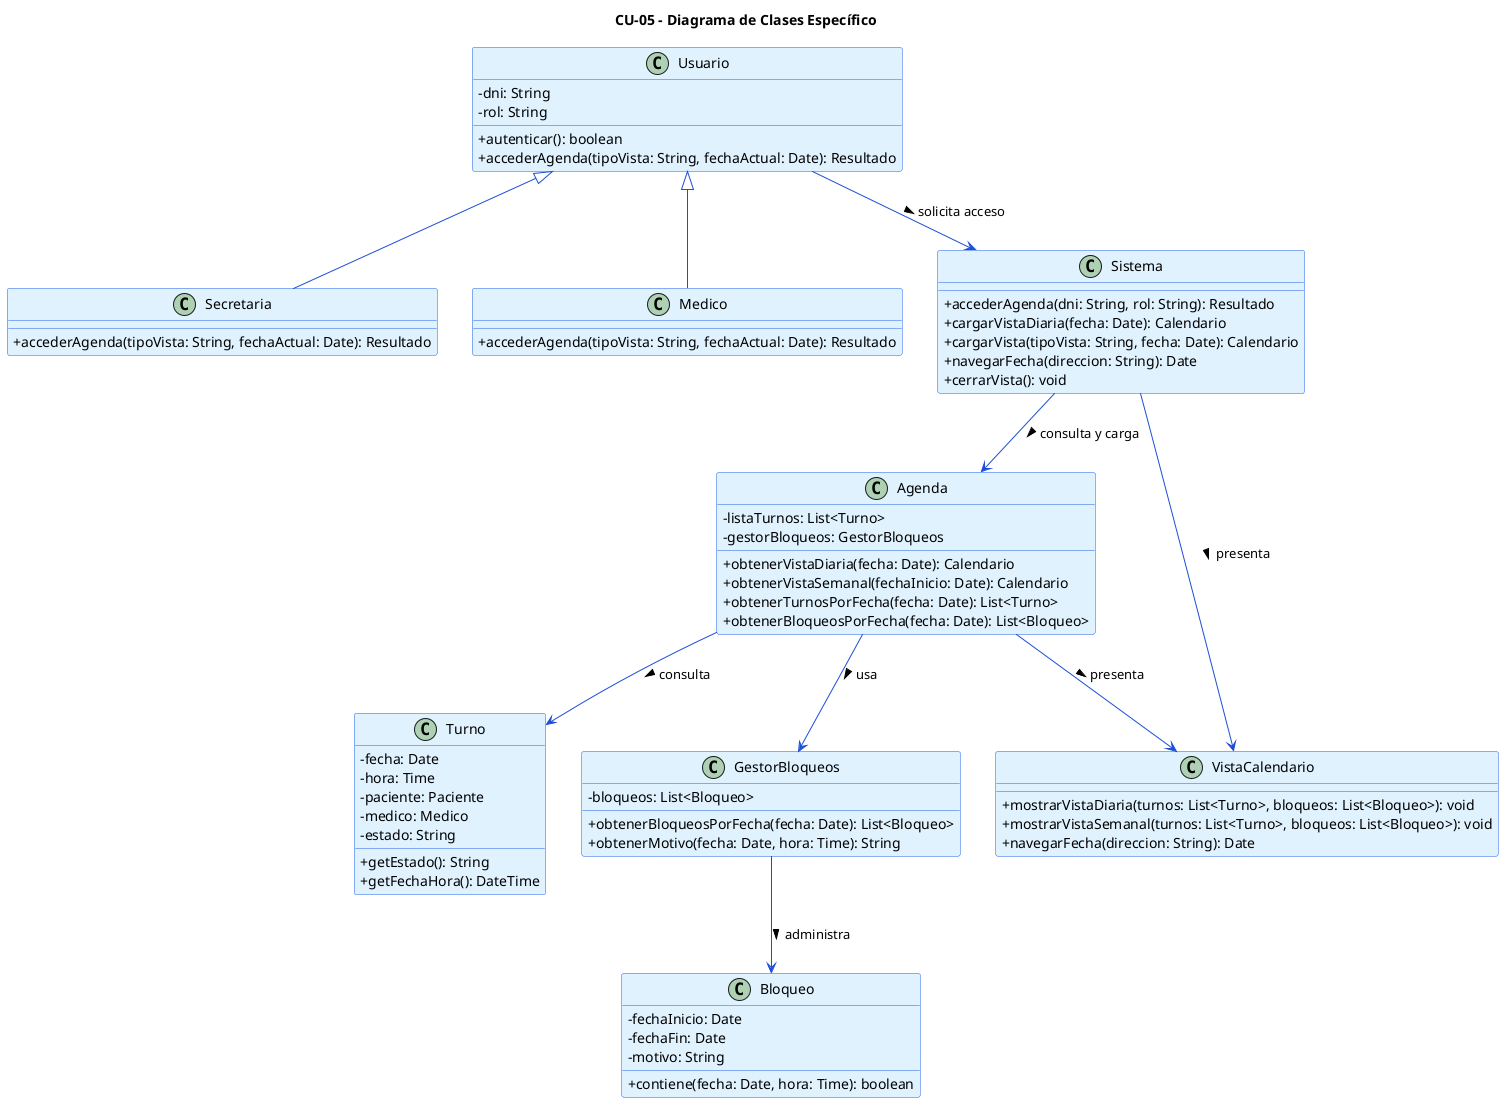
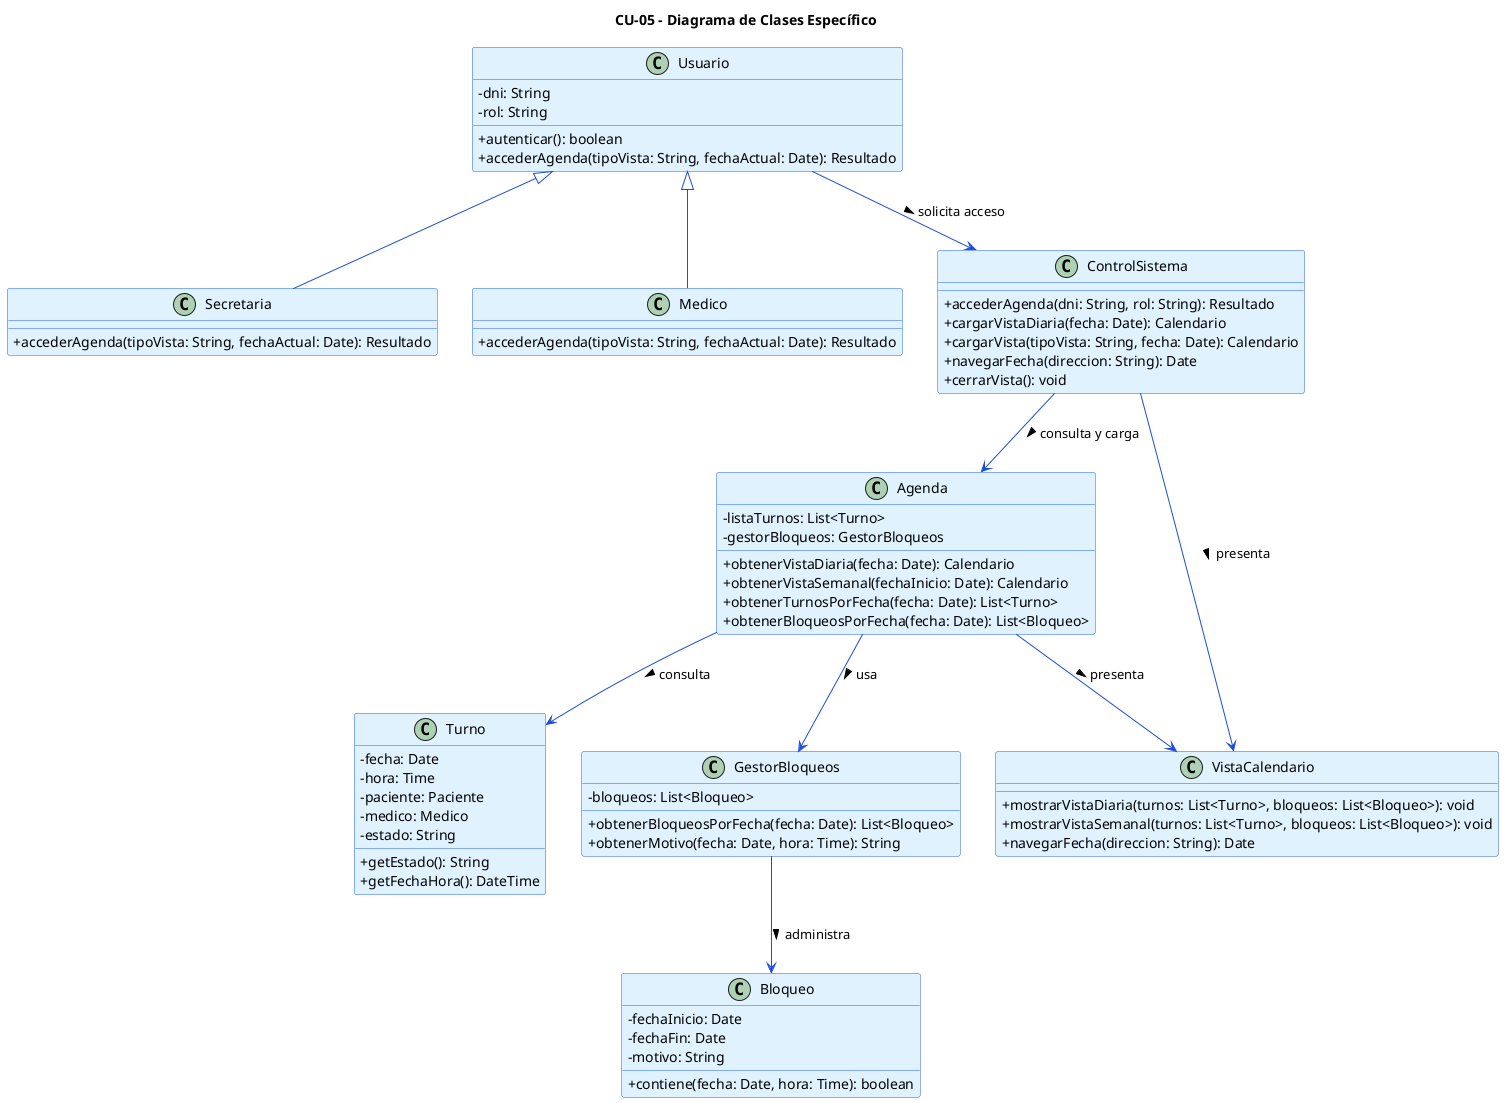
@startuml CU05-Clases-Visualizar-Agenda
skinparam classAttributeIconSize 0
skinparam class {
    BackgroundColor #E0F2FE
    BorderColor #2563EB
    ArrowColor #1D4ED8
}

title CU-05 - Diagrama de Clases Específico

class Usuario {
    - dni: String
    - rol: String
    + autenticar(): boolean
    + accederAgenda(tipoVista: String, fechaActual: Date): Resultado
}

class Secretaria {
    + accederAgenda(tipoVista: String, fechaActual: Date): Resultado
}

class Medico {
    + accederAgenda(tipoVista: String, fechaActual: Date): Resultado
}

class Agenda {
    - listaTurnos: List<Turno>
    - gestorBloqueos: GestorBloqueos
    + obtenerVistaDiaria(fecha: Date): Calendario
    + obtenerVistaSemanal(fechaInicio: Date): Calendario
    + obtenerTurnosPorFecha(fecha: Date): List<Turno>
    + obtenerBloqueosPorFecha(fecha: Date): List<Bloqueo>
}

class VistaCalendario {
    + mostrarVistaDiaria(turnos: List<Turno>, bloqueos: List<Bloqueo>): void
    + mostrarVistaSemanal(turnos: List<Turno>, bloqueos: List<Bloqueo>): void
    + navegarFecha(direccion: String): Date
}

class Turno {
    - fecha: Date
    - hora: Time
    - paciente: Paciente
    - medico: Medico
    - estado: String
    + getEstado(): String
    + getFechaHora(): DateTime
}

class GestorBloqueos {
    - bloqueos: List<Bloqueo>
    + obtenerBloqueosPorFecha(fecha: Date): List<Bloqueo>
    + obtenerMotivo(fecha: Date, hora: Time): String
}

class Bloqueo {
    - fechaInicio: Date
    - fechaFin: Date
    - motivo: String
    + contiene(fecha: Date, hora: Time): boolean
}

- class Sistema {
+ class ControlSistema {
    + accederAgenda(dni: String, rol: String): Resultado
    + cargarVistaDiaria(fecha: Date): Calendario
    + cargarVista(tipoVista: String, fecha: Date): Calendario
    + navegarFecha(direccion: String): Date
    + cerrarVista(): void
}

Usuario <|-- Secretaria
Usuario <|-- Medico
- Usuario --> Sistema : solicita acceso >
- Sistema --> Agenda : consulta y carga >
- Sistema --> VistaCalendario : presenta >
+ Usuario --> ControlSistema : solicita acceso >
+ ControlSistema --> Agenda : consulta y carga >
+ ControlSistema --> VistaCalendario : presenta >
Agenda --> Turno : consulta >
Agenda --> GestorBloqueos : usa >
Agenda --> VistaCalendario : presenta >
GestorBloqueos --> Bloqueo : administra >
@enduml